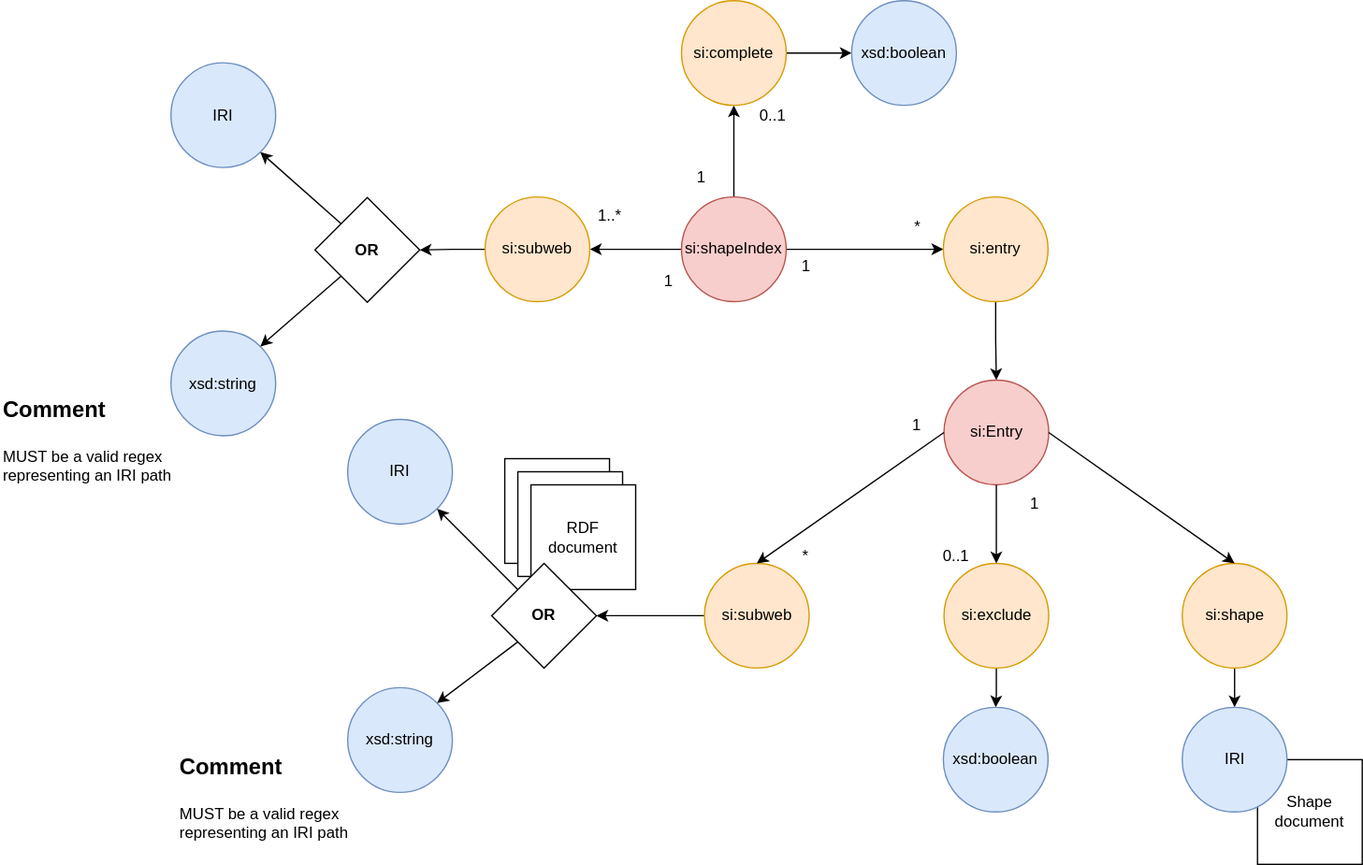
The draw.io diagram figure/schema_v2.drawio.svg in constraintAutomaton/shape-index-specification, before a commit. Source tidied: cells renumbered, new cells last; positions are measured from the earlier drawing's top-left corner, leaving out a move shared by most shapes.
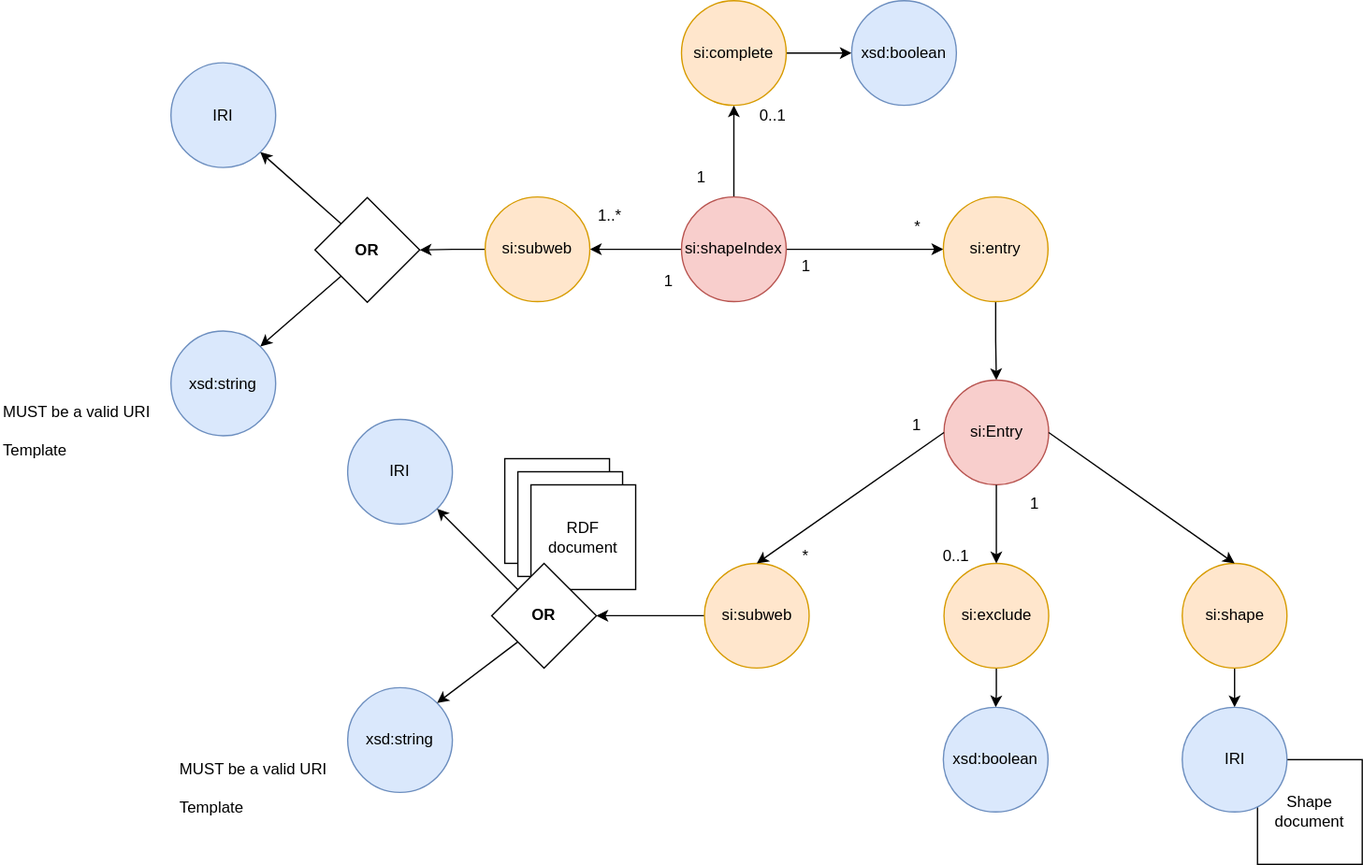
Above is the later version.

What changed in the source:
```diff
@@ -89,7 +89,7 @@
     <mxCell id="30" value="&lt;b&gt;OR&lt;/b&gt;" style="rhombus;whiteSpace=wrap;html=1;" parent="1" vertex="1">
       <mxGeometry x="240" y="150.5" width="80" height="80" as="geometry" />
     </mxCell>
-    <mxCell id="31" value="&lt;h1 style=&quot;margin-top: 0px;&quot;&gt;&lt;font style=&quot;font-size: 17px;&quot;&gt;Comment&lt;/font&gt;&lt;/h1&gt;&lt;p&gt;MUST be a valid regex representing an IRI path&lt;/p&gt;" style="text;html=1;whiteSpace=wrap;overflow=hidden;rounded=0;" parent="1" vertex="1">
+    <mxCell id="31" value="&lt;h1 style=&quot;margin-top: 0px;&quot;&gt;&lt;span style=&quot;background-color: initial; font-size: 12px; font-weight: normal;&quot;&gt;MUST be a valid&amp;nbsp;&lt;/span&gt;&lt;span style=&quot;background-color: initial; font-size: 12px; font-weight: normal;&quot;&gt;URI Template&lt;/span&gt;&lt;/h1&gt;" style="text;html=1;whiteSpace=wrap;overflow=hidden;rounded=0;" parent="1" vertex="1">
       <mxGeometry y="290" width="140" height="80" as="geometry" />
     </mxCell>
     <mxCell id="32" style="endArrow=classic;html=1;rounded=0;entryX=1;entryY=1;entryDx=0;entryDy=0;exitX=0;exitY=0;exitDx=0;exitDy=0;" parent="1" edge="1" source="30" target="28">
@@ -140,7 +140,7 @@
     <mxCell id="47" value="&lt;b&gt;OR&lt;/b&gt;" style="rhombus;whiteSpace=wrap;html=1;flipH=1;" parent="1" vertex="1">
       <mxGeometry x="375" y="430" width="80" height="80" as="geometry" />
     </mxCell>
-    <mxCell id="48" value="&lt;h1 style=&quot;margin-top: 0px;&quot;&gt;&lt;font style=&quot;font-size: 17px;&quot;&gt;Comment&lt;/font&gt;&lt;/h1&gt;&lt;p&gt;MUST be a valid regex representing an IRI path&lt;/p&gt;" style="text;html=1;whiteSpace=wrap;overflow=hidden;rounded=0;" parent="1" vertex="1">
+    <mxCell id="48" value="&lt;h1 style=&quot;margin-top: 0px;&quot;&gt;&lt;span style=&quot;background-color: initial; font-size: 12px; font-weight: normal;&quot;&gt;MUST be a valid&amp;nbsp;&lt;/span&gt;&lt;span style=&quot;background-color: initial; font-size: 12px; font-weight: normal;&quot;&gt;URI Template&lt;/span&gt;&lt;/h1&gt;" style="text;html=1;whiteSpace=wrap;overflow=hidden;rounded=0;" parent="1" vertex="1">
       <mxGeometry x="135" y="562.5" width="140" height="80" as="geometry" />
     </mxCell>
     <mxCell id="49" style="endArrow=classic;html=1;rounded=0;entryX=1;entryY=1;entryDx=0;entryDy=0;exitX=0;exitY=0;exitDx=0;exitDy=0;" parent="1" edge="1" source="47" target="45">
```
